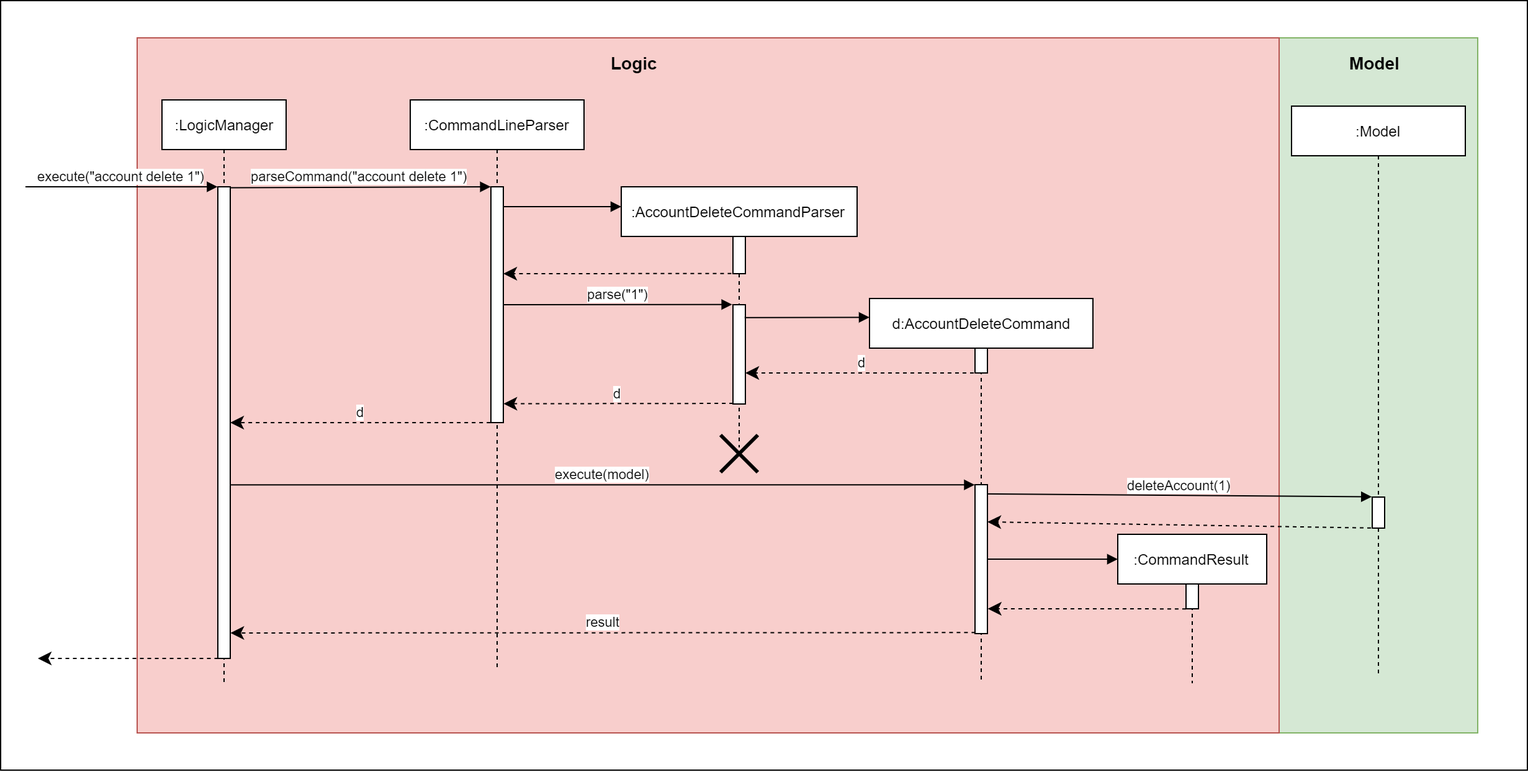
Above: docs/images/DeleteSequenceDiagram.png in nus-cs2103-AY1920S1/addressbook-level3 (draw.io), before the change. Source tidied: cells renumbered, new cells last; positions are measured from the earlier drawing's top-left corner, leaving out a move shared by most shapes.
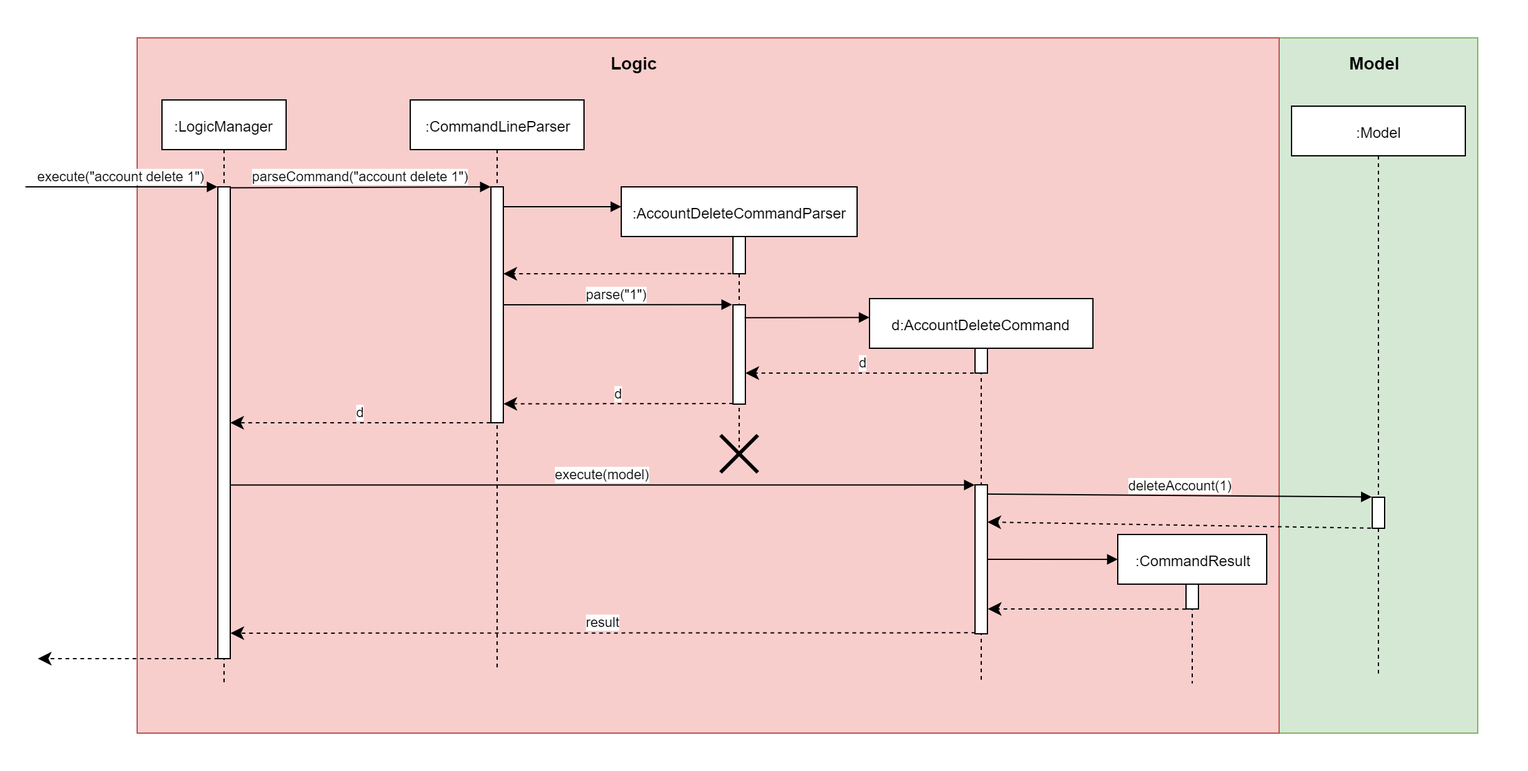
After the change.

Change to the diagram source:
```diff
@@ -2,7 +2,7 @@
   <root>
     <mxCell id="0" />
     <mxCell id="1" parent="0" />
-    <mxCell id="2" style="rounded=0;whiteSpace=wrap;html=1;fontSize=15;" parent="1" vertex="1">
+    <mxCell id="2" style="rounded=0;whiteSpace=wrap;html=1;fontSize=15;strokeColor=none;" parent="1" vertex="1">
       <mxGeometry width="1230" height="620" as="geometry" />
     </mxCell>
     <mxCell id="3" style="rounded=0;whiteSpace=wrap;html=1;fontSize=14;fillColor=#d5e8d4;strokeColor=#82b366;" parent="1" vertex="1">
```
